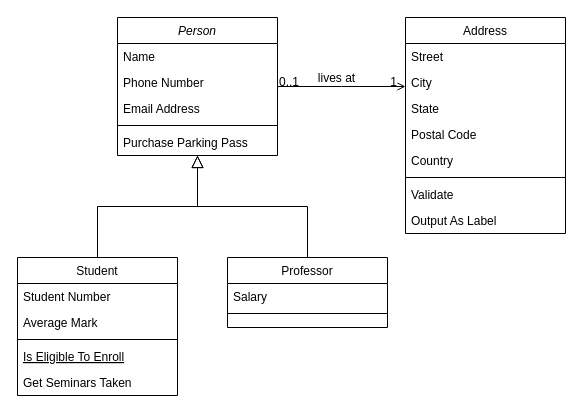
Above: Diagrama sin título.drawio in kattrr/claseIPS (draw.io), before the change. Source tidied: cells renumbered, new cells numbered last; positions are measured from the earlier drawing's top-left corner, leaving out a move shared by most shapes. Both pictures are drawn from the tidied source at 100%, with x=0, y=0 at pixel (17, 17).
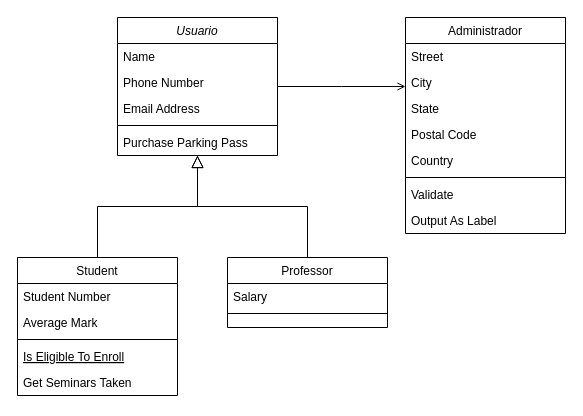
The same page after the edit.

The change refers to these unchanged cells:
```xml
<mxCell id="28" style="endArrow=open;shadow=0;strokeWidth=1;rounded=0;endFill=1;edgeStyle=elbowEdgeStyle;elbow=vertical;" parent="1" edge="1" source="2" target="19">
  <mxGeometry x="0.5" y="41" relative="1" as="geometry">
    <mxPoint x="-40" y="32" as="offset" />
  </mxGeometry>
</mxCell>
```

The edit, as a diff of the source:
```diff
@@
-    <mxCell id="2" value="Person" style="swimlane;fontStyle=2;align=center;verticalAlign=top;horizontal=1;startSize=26;rounded=0;shadow=0;strokeWidth=1;" parent="1" vertex="1">
+    <mxCell id="2" value="Usuario" style="swimlane;fontStyle=2;align=center;verticalAlign=top;horizontal=1;startSize=26;rounded=0;shadow=0;strokeWidth=1;" parent="1" vertex="1">
       <mxGeometry x="100" width="160" height="138" as="geometry" />
     </mxCell>
@@
-    <mxCell id="19" value="Address" style="swimlane;fontStyle=0;align=center;verticalAlign=top;horizontal=1;startSize=26;rounded=0;shadow=0;strokeWidth=1;" parent="1" vertex="1">
+    <mxCell id="19" value="Administrador" style="swimlane;fontStyle=0;align=center;verticalAlign=top;horizontal=1;startSize=26;rounded=0;shadow=0;strokeWidth=1;" parent="1" vertex="1">
       <mxGeometry x="388" width="160" height="216" as="geometry" />
     </mxCell>
@@
-    <mxCell id="29" value="0..1" style="align=left;verticalAlign=bottom;labelBackgroundColor=none;fontSize=12;" parent="28" vertex="1">
-      <mxGeometry x="-1" relative="1" as="geometry">
-        <mxPoint y="4" as="offset" />
-      </mxGeometry>
-    </mxCell>
-    <mxCell id="30" value="1" style="align=right;verticalAlign=bottom;labelBackgroundColor=none;fontSize=12;" parent="28" vertex="1">
-      <mxGeometry x="1" relative="1" as="geometry">
-        <mxPoint x="-7" y="4" as="offset" />
-      </mxGeometry>
-    </mxCell>
-    <mxCell id="31" value="lives at" style="text;html=1;align=center;verticalAlign=middle;labelBackgroundColor=none;rounded=0;shadow=0;strokeWidth=1;fontSize=12;" parent="28" vertex="1">
-      <mxGeometry x="0.5" y="49" relative="1" as="geometry">
-        <mxPoint x="-38" y="40" as="offset" />
-      </mxGeometry>
-    </mxCell>
```
